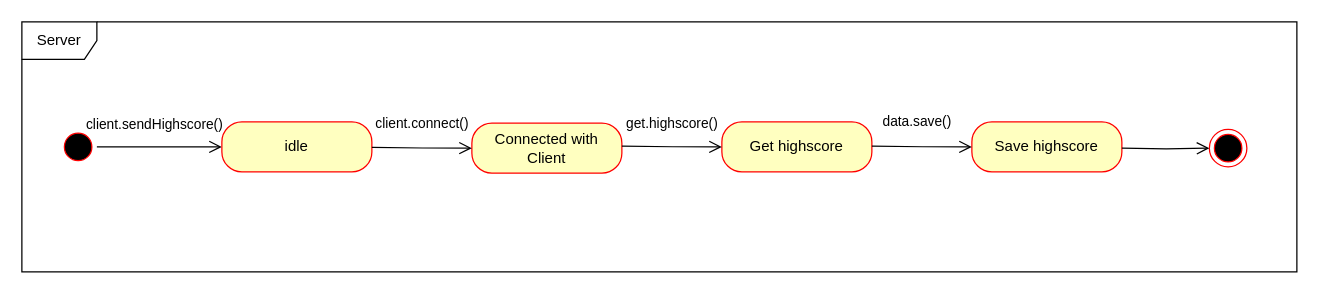
The draw.io diagram page "Page-2" (2 of 3) of Highscore.drawio in Mete7-del/hello-world, before the edit. Source tidied: cells renumbered, new cells numbered last; positions are measured from the earlier drawing's top-left corner, leaving out a move shared by most shapes. Both pictures are drawn from the tidied source at 125%, with x=0, y=0 at pixel (21, 21).
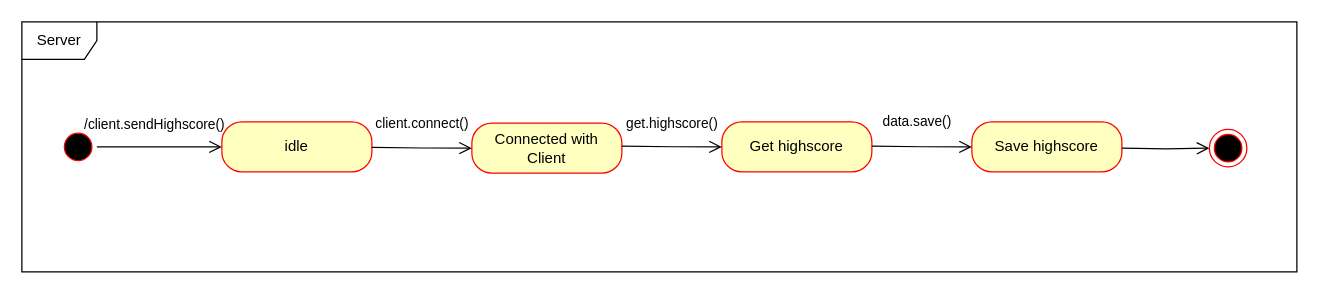
After the change.

The change refers to these unchanged cells:
```xml
<mxCell id="4" style="edgeStyle=orthogonalEdgeStyle;html=1;verticalAlign=bottom;endArrow=open;endSize=8;strokeColor=#000000;rounded=0;entryX=0;entryY=0.5;entryDx=0;entryDy=0;exitX=1;exitY=0.5;exitDx=0;exitDy=0;" parent="1" edge="1" source="3">
  <mxGeometry relative="1" as="geometry">
    <mxPoint x="160" y="100" as="targetPoint" />
  </mxGeometry>
</mxCell>
```

Diff of the diagram source:
```diff
@@
-    <mxCell id="5" value="client.sendHighscore()" style="edgeLabel;html=1;align=center;verticalAlign=middle;" parent="4" vertex="1">
+    <mxCell id="5" value="/client.sendHighscore()" style="edgeLabel;html=1;align=center;verticalAlign=middle;" parent="4" vertex="1">
       <mxGeometry x="-0.1" relative="1" as="geometry">
         <mxPoint y="-19" as="offset" />
       </mxGeometry>
     </mxCell>
```
